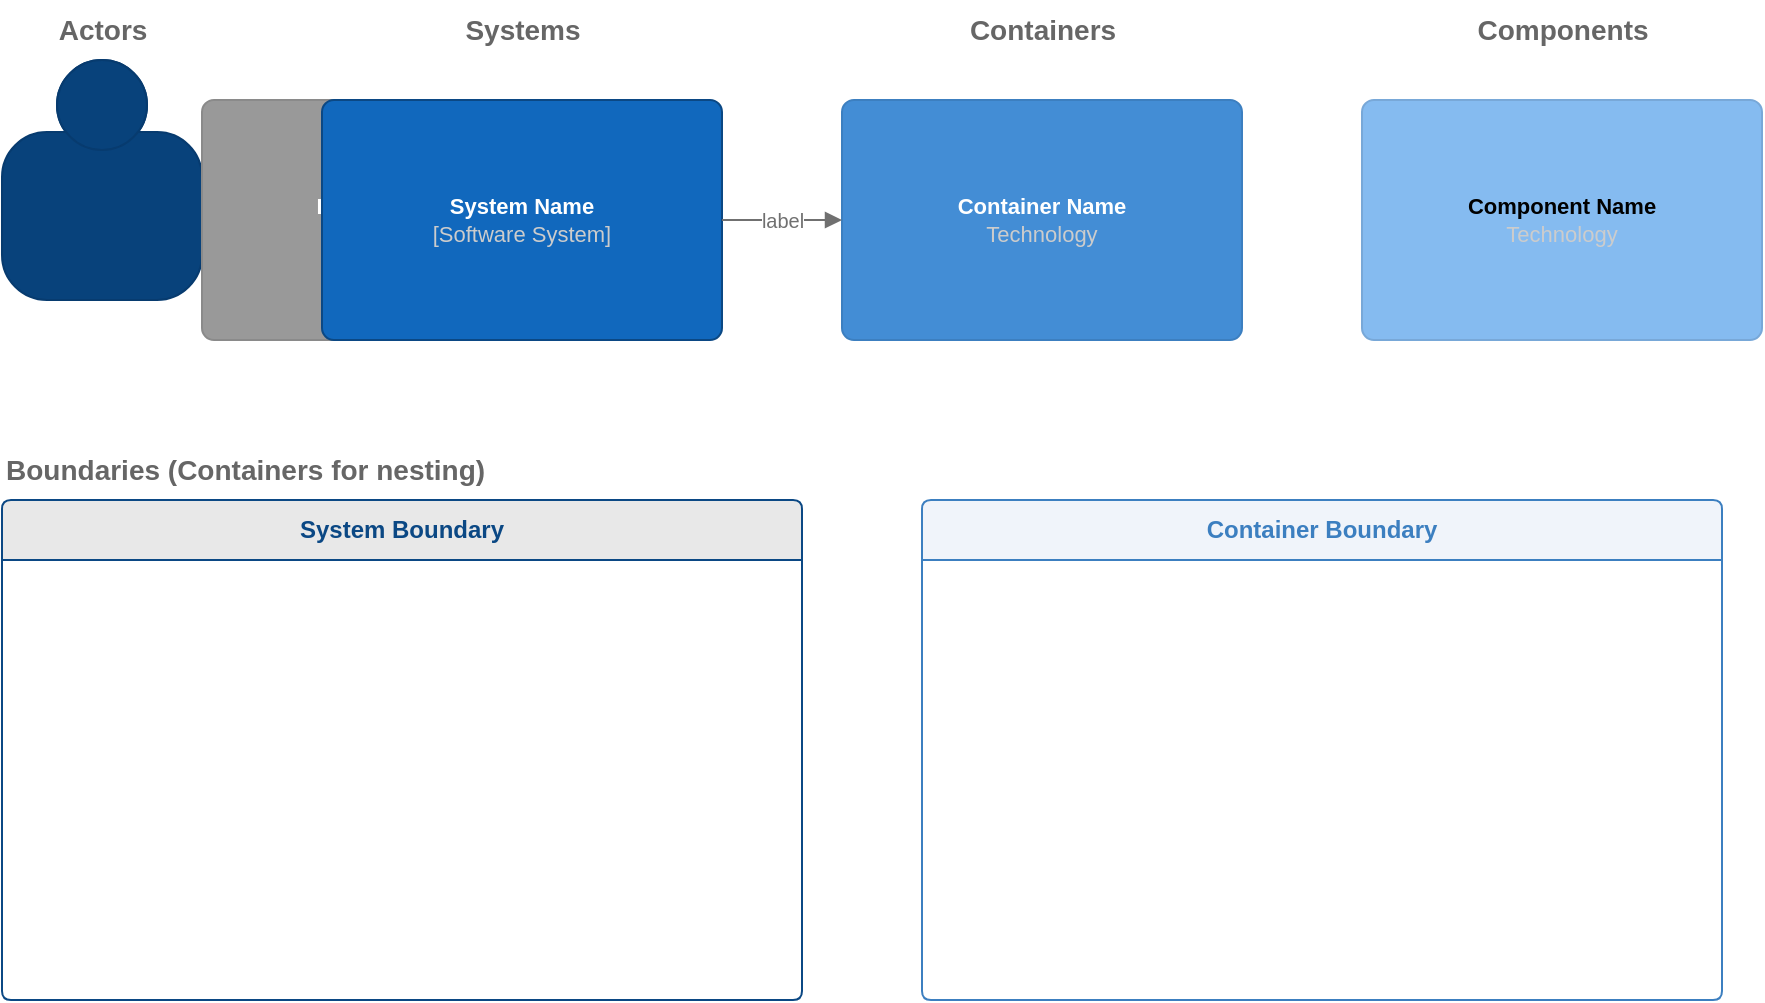
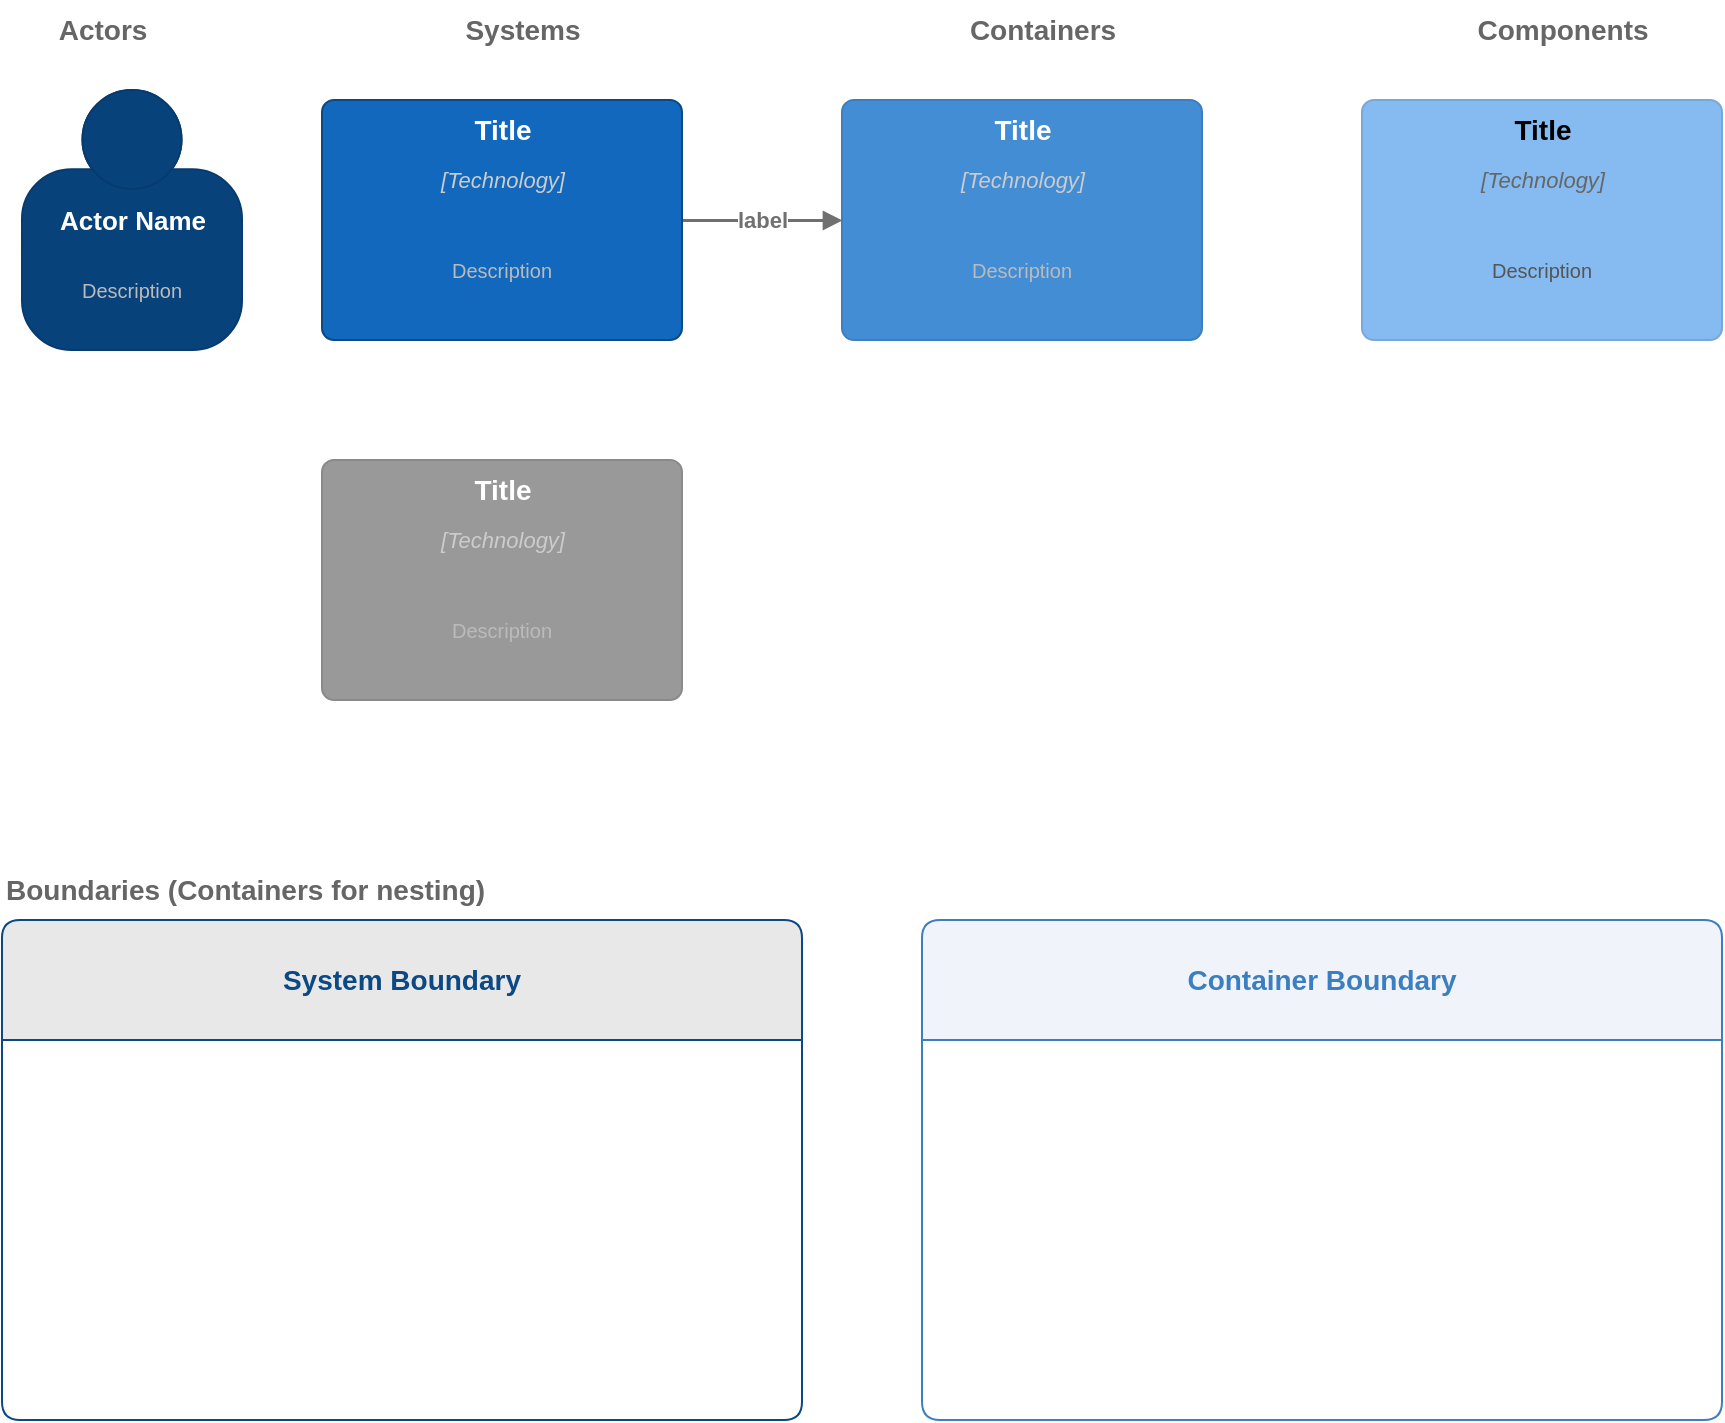
- <?xml version="1.0" encoding="UTF-8"?>
- <mxfile host="bausteinsicht" compressed="false" version="1.0.0">
+ <mxfile host="Electron" compressed="false" agent="Mozilla/5.0 (Windows NT 10.0; Win64; x64) AppleWebKit/537.36 (KHTML, like Gecko) draw.io/29.5.2 Chrome/142.0.7444.265 Electron/39.6.1 Safari/537.36" version="29.5.2">
  <diagram id="template" name="Bausteinsicht Template">
-     <mxGraphModel dx="1422" dy="794" grid="1" gridSize="10" guides="1" connect="1" arrows="1" fold="1" page="1" pageScale="1" pageWidth="1169" pageHeight="827" background="#ffffff">
+     <mxGraphModel dx="480" dy="358" grid="1" gridSize="10" guides="1" tooltips="1" connect="1" arrows="1" fold="1" page="1" pageScale="1" pageWidth="1169" pageHeight="827" background="#ffffff" math="0" shadow="0">
      <root>
        <mxCell id="0" />
        <mxCell id="1" parent="0" />
- 
-         <!-- ============================================ -->
-         <!-- ELEMENT TEMPLATES                            -->
-         <!-- Each template element is identified by the   -->
-         <!-- bausteinsicht_template attribute.             -->
-         <!-- The style, width, and height are copied to   -->
-         <!-- new elements of that kind during sync.       -->
-         <!-- ============================================ -->
- 
-         <!-- ACTOR template -->
-         <object label="&lt;b&gt;Actor Name&lt;/b&gt;"
-                 id="template-actor"
-                 bausteinsicht_template="actor">
-           <mxCell style="shape=mxgraph.c4.person2;whiteSpace=wrap;html=1;align=center;verticalAlign=top;verticalLabelPosition=bottom;fillColor=#08427B;fontColor=#ffffff;strokeColor=#073B6F;fontSize=11;" vertex="1" parent="1">
-             <mxGeometry x="40" y="40" width="100" height="120" as="geometry" />
+         <object label="" bausteinsicht_template="component" id="template-component">
+           <mxCell parent="1" style="rounded=1;whiteSpace=wrap;html=1;fillColor=#85BBF0;fontColor=#000000;strokeColor=#78A8D8;arcSize=5;fontSize=13;align=center;verticalAlign=middle;spacing=4;container=1;" vertex="1">
+             <mxGeometry height="120" width="180" x="720" y="60" as="geometry" />
          </mxCell>
        </object>
- 
-         <!-- EXTERNAL SYSTEM template -->
-         <object label="&lt;b&gt;External System&lt;/b&gt;&lt;br&gt;&lt;font color=&quot;#cccccc&quot;&gt;[External]&lt;/font&gt;"
-                 id="template-external_system"
-                 bausteinsicht_template="external_system">
-           <mxCell style="rounded=1;whiteSpace=wrap;html=1;fillColor=#999999;fontColor=#ffffff;strokeColor=#8A8A8A;arcSize=5;fontSize=11;align=center;verticalAlign=middle;" vertex="1" parent="1">
-             <mxGeometry x="140" y="60" width="200" height="120" as="geometry" />
+         <mxCell id="template-component-title" parent="template-component" style="text;html=1;fontSize=14;fontStyle=1;fontColor=#000000;fillColor=none;strokeColor=none;align=center;verticalAlign=middle;movable=1;resizable=1;deletable=1;editable=1;rotatable=1;locked=0;connectable=1;" value="Title" vertex="1">
+           <mxGeometry height="30" width="180" as="geometry" />
+         </mxCell>
+         <mxCell id="template-component-tech" parent="template-component" style="text;html=1;fontSize=11;fontStyle=2;fontColor=#666666;fillColor=none;strokeColor=none;align=center;verticalAlign=middle;movable=1;resizable=1;deletable=1;editable=1;rotatable=1;locked=0;connectable=1;" value="[Technology]" vertex="1">
+           <mxGeometry height="20" width="180" y="30" as="geometry" />
+         </mxCell>
+         <mxCell id="template-component-desc" parent="template-component" style="text;html=1;whiteSpace=wrap;fontSize=10;fontColor=#555555;fillColor=none;strokeColor=none;align=center;verticalAlign=middle;movable=1;resizable=1;deletable=1;editable=1;rotatable=1;locked=0;connectable=1;" value="Description" vertex="1">
+           <mxGeometry height="70" width="180" y="50" as="geometry" />
+         </mxCell>
+         <object label="System Boundary" bausteinsicht_template="system_boundary" id="template-system-boundary">
+           <mxCell parent="1" style="swimlane;startSize=60;fillColor=#E8E8E8;strokeColor=#0B4884;fontColor=#0B4884;fontStyle=1;rounded=1;arcSize=5;whiteSpace=wrap;html=1;container=1;collapsible=0;fontSize=14;" vertex="1">
+             <mxGeometry height="250" width="400" x="40" y="470" as="geometry" />
          </mxCell>
        </object>
- 
-         <!-- SYSTEM template -->
-         <object label="&lt;b&gt;System Name&lt;/b&gt;&lt;br&gt;&lt;font color=&quot;#cccccc&quot;&gt;[Software System]&lt;/font&gt;"
-                 id="template-system"
-                 bausteinsicht_template="system">
-           <mxCell style="rounded=1;whiteSpace=wrap;html=1;fillColor=#1168BD;fontColor=#ffffff;strokeColor=#0B4884;arcSize=5;fontSize=11;align=center;verticalAlign=middle;" vertex="1" parent="1">
-             <mxGeometry x="200" y="60" width="200" height="120" as="geometry" />
+         <object label="Container Boundary" bausteinsicht_template="container_boundary" id="template-container-boundary">
+           <mxCell parent="1" style="swimlane;startSize=60;fillColor=#F0F4FA;strokeColor=#3C7FC0;fontColor=#3C7FC0;fontStyle=1;rounded=1;arcSize=5;whiteSpace=wrap;html=1;container=1;collapsible=0;fontSize=14;" vertex="1">
+             <mxGeometry height="250" width="400" x="500" y="470" as="geometry" />
          </mxCell>
        </object>
- 
-         <!-- CONTAINER template -->
-         <object label="&lt;b&gt;Container Name&lt;/b&gt;&lt;br&gt;&lt;font color=&quot;#cccccc&quot;&gt;Technology&lt;/font&gt;"
-                 id="template-container"
-                 bausteinsicht_template="container">
-           <mxCell style="rounded=1;whiteSpace=wrap;html=1;fillColor=#438DD5;fontColor=#ffffff;strokeColor=#3C7FC0;arcSize=5;fontSize=11;align=center;verticalAlign=middle;" vertex="1" parent="1">
-             <mxGeometry x="460" y="60" width="200" height="120" as="geometry" />
+         <mxCell id="template-relationship" bausteinsicht_template="relationship" edge="1" parent="1" source="template-system" style="edgeStyle=orthogonalEdgeStyle;rounded=1;orthogonalLoop=1;jettySize=auto;html=1;endArrow=block;endFill=1;strokeColor=#707070;fontColor=#707070;fontSize=11;strokeWidth=1.5;" target="template-container" value="&lt;b&gt;label&lt;/b&gt;">
+           <mxGeometry relative="1" as="geometry" />
+         </mxCell>
+         <mxCell id="label-actors" parent="1" style="text;html=1;fontSize=14;fontStyle=1;fillColor=none;strokeColor=none;fontColor=#666666;align=center;" value="Actors" vertex="1">
+           <mxGeometry height="20" width="100" x="40" y="10" as="geometry" />
+         </mxCell>
+         <mxCell id="label-systems" parent="1" style="text;html=1;fontSize=14;fontStyle=1;fillColor=none;strokeColor=none;fontColor=#666666;align=center;" value="Systems" vertex="1">
+           <mxGeometry height="20" width="120" x="240" y="10" as="geometry" />
+         </mxCell>
+         <mxCell id="label-containers" parent="1" style="text;html=1;fontSize=14;fontStyle=1;fillColor=none;strokeColor=none;fontColor=#666666;align=center;" value="Containers" vertex="1">
+           <mxGeometry height="20" width="120" x="500" y="10" as="geometry" />
+         </mxCell>
+         <mxCell id="label-components" parent="1" style="text;html=1;fontSize=14;fontStyle=1;fillColor=none;strokeColor=none;fontColor=#666666;align=center;" value="Components" vertex="1">
+           <mxGeometry height="20" width="120" x="760" y="10" as="geometry" />
+         </mxCell>
+         <mxCell id="label-boundaries" parent="1" style="text;html=1;fontSize=14;fontStyle=1;fillColor=none;strokeColor=none;fontColor=#666666;align=left;" value="Boundaries (Containers for nesting)" vertex="1">
+           <mxGeometry height="20" width="300" x="40" y="440" as="geometry" />
+         </mxCell>
+         <mxCell id="sUlF10D2X4a6VB_ewPPp-2" connectable="0" parent="1" style="group" value="" vertex="1">
+           <mxGeometry height="120" width="180" x="200" y="240" as="geometry" />
+         </mxCell>
+         <object label="" bausteinsicht_template="external_system" id="template-external_system">
+           <mxCell parent="sUlF10D2X4a6VB_ewPPp-2" style="rounded=1;whiteSpace=wrap;html=1;fillColor=#999999;fontColor=#ffffff;strokeColor=#8A8A8A;arcSize=5;fontSize=13;align=center;verticalAlign=middle;spacing=4;container=0;" vertex="1">
+             <mxGeometry height="120" width="180" as="geometry" />
          </mxCell>
        </object>
- 
-         <!-- COMPONENT template -->
-         <object label="&lt;b&gt;Component Name&lt;/b&gt;&lt;br&gt;&lt;font color=&quot;#cccccc&quot;&gt;Technology&lt;/font&gt;"
-                 id="template-component"
-                 bausteinsicht_template="component">
-           <mxCell style="rounded=1;whiteSpace=wrap;html=1;fillColor=#85BBF0;fontColor=#000000;strokeColor=#78A8D8;arcSize=5;fontSize=11;align=center;verticalAlign=middle;" vertex="1" parent="1">
-             <mxGeometry x="720" y="60" width="200" height="120" as="geometry" />
+         <mxCell id="template-external_system-title" parent="sUlF10D2X4a6VB_ewPPp-2" style="text;html=1;fontSize=14;fontStyle=1;fontColor=#ffffff;fillColor=none;strokeColor=none;align=center;verticalAlign=middle;movable=0;resizable=0;deletable=0;editable=0;rotatable=0;locked=1;connectable=0;" value="Title" vertex="1">
+           <mxGeometry height="30" width="180" as="geometry" />
+         </mxCell>
+         <mxCell id="template-external_system-tech" parent="sUlF10D2X4a6VB_ewPPp-2" style="text;html=1;fontSize=11;fontStyle=2;fontColor=#CCCCCC;fillColor=none;strokeColor=none;align=center;verticalAlign=middle;movable=0;resizable=0;deletable=0;editable=0;rotatable=0;locked=1;connectable=0;" value="[Technology]" vertex="1">
+           <mxGeometry height="20" width="180" y="30" as="geometry" />
+         </mxCell>
+         <mxCell id="template-external_system-desc" parent="sUlF10D2X4a6VB_ewPPp-2" style="text;html=1;whiteSpace=wrap;fontSize=10;fontColor=#BBBBBB;fillColor=none;strokeColor=none;align=center;verticalAlign=middle;movable=0;resizable=0;deletable=0;editable=0;rotatable=0;locked=1;connectable=0;" value="Description" vertex="1">
+           <mxGeometry height="70" width="180" y="50" as="geometry" />
+         </mxCell>
+         <mxCell id="sUlF10D2X4a6VB_ewPPp-3" connectable="0" parent="1" style="group" value="" vertex="1">
+           <mxGeometry height="120" width="180" x="200" y="60" as="geometry" />
+         </mxCell>
+         <object label="" bausteinsicht_template="system" id="template-system">
+           <mxCell parent="sUlF10D2X4a6VB_ewPPp-3" style="rounded=1;whiteSpace=wrap;html=1;fillColor=#1168BD;fontColor=#ffffff;strokeColor=#0B4884;arcSize=5;fontSize=13;align=center;verticalAlign=middle;spacing=4;container=0;" vertex="1">
+             <mxGeometry height="120" width="180" as="geometry" />
          </mxCell>
        </object>
- 
-         <!-- ============================================ -->
-         <!-- CONTAINER BOUNDARY TEMPLATES                 -->
-         <!-- Used when an element acts as a container     -->
-         <!-- (swimlane) holding child elements.           -->
-         <!-- ============================================ -->
- 
-         <!-- SYSTEM BOUNDARY template (swimlane) -->
-         <object label="System Boundary"
-                 id="template-system-boundary"
-                 bausteinsicht_template="system_boundary">
-           <mxCell style="swimlane;startSize=30;fillColor=#E8E8E8;strokeColor=#0B4884;fontColor=#0B4884;fontStyle=1;rounded=1;arcSize=5;whiteSpace=wrap;html=1;container=1;collapsible=0;fontSize=12;" vertex="1" parent="1">
-             <mxGeometry x="40" y="260" width="400" height="250" as="geometry" />
+         <mxCell id="template-system-title" parent="sUlF10D2X4a6VB_ewPPp-3" style="text;html=1;fontSize=14;fontStyle=1;fontColor=#ffffff;fillColor=none;strokeColor=none;align=center;verticalAlign=middle;movable=1;resizable=1;deletable=1;editable=1;rotatable=1;locked=0;connectable=1;" value="Title" vertex="1">
+           <mxGeometry height="30" width="180" as="geometry" />
+         </mxCell>
+         <mxCell id="template-system-tech" parent="sUlF10D2X4a6VB_ewPPp-3" style="text;html=1;fontSize=11;fontStyle=2;fontColor=#CCCCCC;fillColor=none;strokeColor=none;align=center;verticalAlign=middle;movable=1;resizable=1;deletable=1;editable=1;rotatable=1;locked=0;connectable=1;" value="[Technology]" vertex="1">
+           <mxGeometry height="20" width="180" y="30" as="geometry" />
+         </mxCell>
+         <mxCell id="template-system-desc" parent="sUlF10D2X4a6VB_ewPPp-3" style="text;html=1;whiteSpace=wrap;fontSize=10;fontColor=#BBBBBB;fillColor=none;strokeColor=none;align=center;verticalAlign=middle;movable=1;resizable=1;deletable=1;editable=1;rotatable=1;locked=0;connectable=1;" value="Description" vertex="1">
+           <mxGeometry height="70" width="180" y="50" as="geometry" />
+         </mxCell>
+         <mxCell id="sUlF10D2X4a6VB_ewPPp-4" connectable="0" parent="1" style="group" value="" vertex="1">
+           <mxGeometry height="120" width="180" x="460" y="60" as="geometry" />
+         </mxCell>
+         <object label="" bausteinsicht_template="container" id="template-container">
+           <mxCell parent="sUlF10D2X4a6VB_ewPPp-4" style="rounded=1;whiteSpace=wrap;html=1;fillColor=#438DD5;fontColor=#ffffff;strokeColor=#3C7FC0;arcSize=5;fontSize=13;align=center;verticalAlign=middle;spacing=4;container=0;" vertex="1">
+             <mxGeometry height="120" width="180" as="geometry" />
          </mxCell>
        </object>
- 
-         <!-- CONTAINER BOUNDARY template (swimlane) -->
-         <object label="Container Boundary"
-                 id="template-container-boundary"
-                 bausteinsicht_template="container_boundary">
-           <mxCell style="swimlane;startSize=30;fillColor=#F0F4FA;strokeColor=#3C7FC0;fontColor=#3C7FC0;fontStyle=1;rounded=1;arcSize=5;whiteSpace=wrap;html=1;container=1;collapsible=0;fontSize=12;" vertex="1" parent="1">
-             <mxGeometry x="500" y="260" width="400" height="250" as="geometry" />
+         <mxCell id="template-container-title" parent="sUlF10D2X4a6VB_ewPPp-4" style="text;html=1;fontSize=14;fontStyle=1;fontColor=#ffffff;fillColor=none;strokeColor=none;align=center;verticalAlign=middle;movable=1;resizable=1;deletable=1;editable=1;rotatable=1;locked=0;connectable=1;" value="Title" vertex="1">
+           <mxGeometry height="30" width="180" as="geometry" />
+         </mxCell>
+         <mxCell id="template-container-tech" parent="sUlF10D2X4a6VB_ewPPp-4" style="text;html=1;fontSize=11;fontStyle=2;fontColor=#CCCCCC;fillColor=none;strokeColor=none;align=center;verticalAlign=middle;movable=1;resizable=1;deletable=1;editable=1;rotatable=1;locked=0;connectable=1;" value="[Technology]" vertex="1">
+           <mxGeometry height="20" width="180" y="30" as="geometry" />
+         </mxCell>
+         <mxCell id="template-container-desc" parent="sUlF10D2X4a6VB_ewPPp-4" style="text;html=1;whiteSpace=wrap;fontSize=10;fontColor=#BBBBBB;fillColor=none;strokeColor=none;align=center;verticalAlign=middle;movable=1;resizable=1;deletable=1;editable=1;rotatable=1;locked=0;connectable=1;" value="Description" vertex="1">
+           <mxGeometry height="70" width="180" y="50" as="geometry" />
+         </mxCell>
+         <object label="" bausteinsicht_template="actor" id="template-actor">
+           <mxCell parent="1" style="shape=mxgraph.c4.person2;whiteSpace=wrap;html=1;align=center;verticalAlign=top;verticalLabelPosition=bottom;fillColor=#08427B;fontColor=#ffffff;strokeColor=#073B6F;fontSize=13;spacing=2;container=1;" vertex="1">
+             <mxGeometry height="130" width="110" x="50" y="55" as="geometry" />
          </mxCell>
        </object>
- 
-         <!-- ============================================ -->
-         <!-- RELATIONSHIP TEMPLATE                        -->
-         <!-- Defines the default connector style.         -->
-         <!-- ============================================ -->
- 
-         <!-- Relationship connector template -->
-         <mxCell id="template-relationship"
-                 bausteinsicht_template="relationship"
-                 value="label"
-                 style="edgeStyle=orthogonalEdgeStyle;rounded=1;orthogonalLoop=1;jettySize=auto;html=1;endArrow=block;endFill=1;strokeColor=#707070;fontColor=#707070;fontSize=10;"
-                 edge="1"
-                 source="template-system"
-                 target="template-container"
-                 parent="1">
-           <mxGeometry relative="1" as="geometry" />
+         <mxCell id="template-actor-title" parent="template-actor" style="text;html=1;fontSize=13;fontStyle=1;fontColor=#ffffff;fillColor=none;strokeColor=none;align=center;verticalAlign=middle;movable=1;resizable=1;deletable=1;editable=1;rotatable=1;locked=0;connectable=1;" value="Actor Name" vertex="1">
+           <mxGeometry height="20" width="110" y="55" as="geometry" />
        </mxCell>
- 
-         <!-- ============================================ -->
-         <!-- LABELS                                       -->
-         <!-- ============================================ -->
- 
-         <mxCell id="label-actors" value="Actors" style="text;html=1;fontSize=14;fontStyle=1;fillColor=none;strokeColor=none;fontColor=#666666;align=center;" vertex="1" parent="1">
-           <mxGeometry x="40" y="10" width="100" height="20" as="geometry" />
+         <mxCell id="sUlF10D2X4a6VB_ewPPp-5" parent="template-actor" style="text;html=1;whiteSpace=wrap;fontSize=10;fontColor=#BBBBBB;fillColor=none;strokeColor=none;align=center;verticalAlign=middle;movable=1;resizable=1;deletable=1;editable=1;rotatable=1;locked=0;connectable=1;" value="Description" vertex="1">
+           <mxGeometry height="50" width="110" y="75" as="geometry" />
        </mxCell>
- 
-         <mxCell id="label-systems" value="Systems" style="text;html=1;fontSize=14;fontStyle=1;fillColor=none;strokeColor=none;fontColor=#666666;align=center;" vertex="1" parent="1">
-           <mxGeometry x="240" y="10" width="120" height="20" as="geometry" />
-         </mxCell>
- 
-         <mxCell id="label-containers" value="Containers" style="text;html=1;fontSize=14;fontStyle=1;fillColor=none;strokeColor=none;fontColor=#666666;align=center;" vertex="1" parent="1">
-           <mxGeometry x="500" y="10" width="120" height="20" as="geometry" />
-         </mxCell>
- 
-         <mxCell id="label-components" value="Components" style="text;html=1;fontSize=14;fontStyle=1;fillColor=none;strokeColor=none;fontColor=#666666;align=center;" vertex="1" parent="1">
-           <mxGeometry x="760" y="10" width="120" height="20" as="geometry" />
-         </mxCell>
- 
-         <mxCell id="label-boundaries" value="Boundaries (Containers for nesting)" style="text;html=1;fontSize=14;fontStyle=1;fillColor=none;strokeColor=none;fontColor=#666666;align=left;" vertex="1" parent="1">
-           <mxGeometry x="40" y="230" width="300" height="20" as="geometry" />
-         </mxCell>
- 
      </root>
    </mxGraphModel>
  </diagram>
</mxfile>
